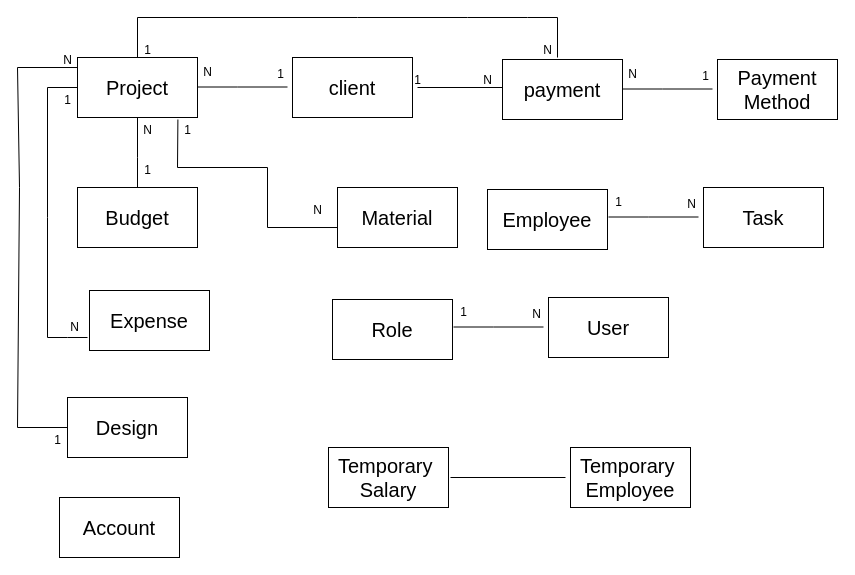
Above: Construction_MT/Costruction Diagram/Tables Diagram.drawio in Foos-Abdullahi/final (draw.io), before the change. Source tidied: cells renumbered, new cells numbered last; positions are measured from the earlier drawing's top-left corner, leaving out a move shared by most shapes. Both pictures are drawn from the tidied source at 100%, with x=0, y=0 at pixel (17, 17).
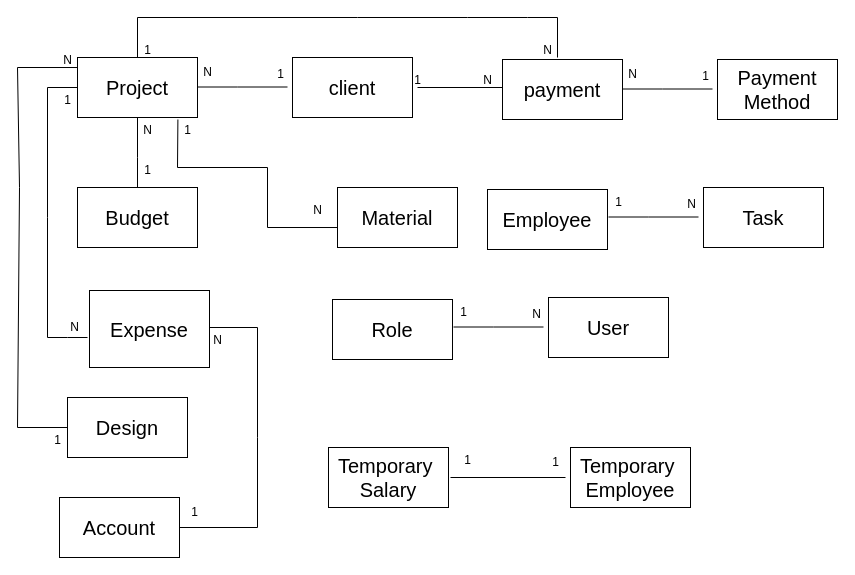
The same diagram, later.

The change refers to these unchanged cells:
```xml
<mxCell id="44" value="&lt;span style=&quot;font-size: 20px;&quot;&gt;Account&lt;/span&gt;" style="rounded=0;whiteSpace=wrap;html=1;" parent="1" vertex="1">
  <mxGeometry x="42" y="480" width="120" height="60" as="geometry" />
</mxCell>
```

The edit, as a diff of the source:
```diff
@@
     <mxCell id="31" value="&lt;font style=&quot;font-size: 20px;&quot;&gt;Expense&lt;/font&gt;" style="rounded=0;whiteSpace=wrap;html=1;" parent="1" vertex="1">
-      <mxGeometry x="72" y="273" width="120" height="60" as="geometry" />
+      <mxGeometry x="72" y="273" width="120" height="77" as="geometry" />
     </mxCell>
@@
+    <mxCell id="48" value="1" style="text;html=1;align=center;verticalAlign=middle;strokeColor=none;fillColor=none;" parent="1" vertex="1">
+      <mxGeometry x="523" y="430" width="30" height="30" as="geometry" />
+    </mxCell>
+    <mxCell id="49" value="1" style="text;html=1;align=center;verticalAlign=middle;strokeColor=none;fillColor=none;" parent="1" vertex="1">
+      <mxGeometry x="435" y="428" width="30" height="30" as="geometry" />
+    </mxCell>
+    <mxCell id="50" style="endArrow=none;html=1;rounded=0;entryX=1;entryY=0.5;entryDx=0;entryDy=0;" parent="1" edge="1" target="44">
+      <mxGeometry relative="1" as="geometry">
+        <mxPoint x="192" y="310" as="sourcePoint" />
+        <Array as="points">
+          <mxPoint x="240" y="310" />
+          <mxPoint x="240" y="420" />
+          <mxPoint x="240" y="510" />
+        </Array>
+      </mxGeometry>
+    </mxCell>
+    <mxCell id="51" value="N" style="text;html=1;align=center;verticalAlign=middle;strokeColor=none;fillColor=none;" parent="1" vertex="1">
+      <mxGeometry x="185" y="308" width="30" height="30" as="geometry" />
+    </mxCell>
+    <mxCell id="52" value="1" style="text;html=1;align=center;verticalAlign=middle;strokeColor=none;fillColor=none;" parent="1" vertex="1">
+      <mxGeometry x="162" y="480" width="30" height="30" as="geometry" />
+    </mxCell>
```
